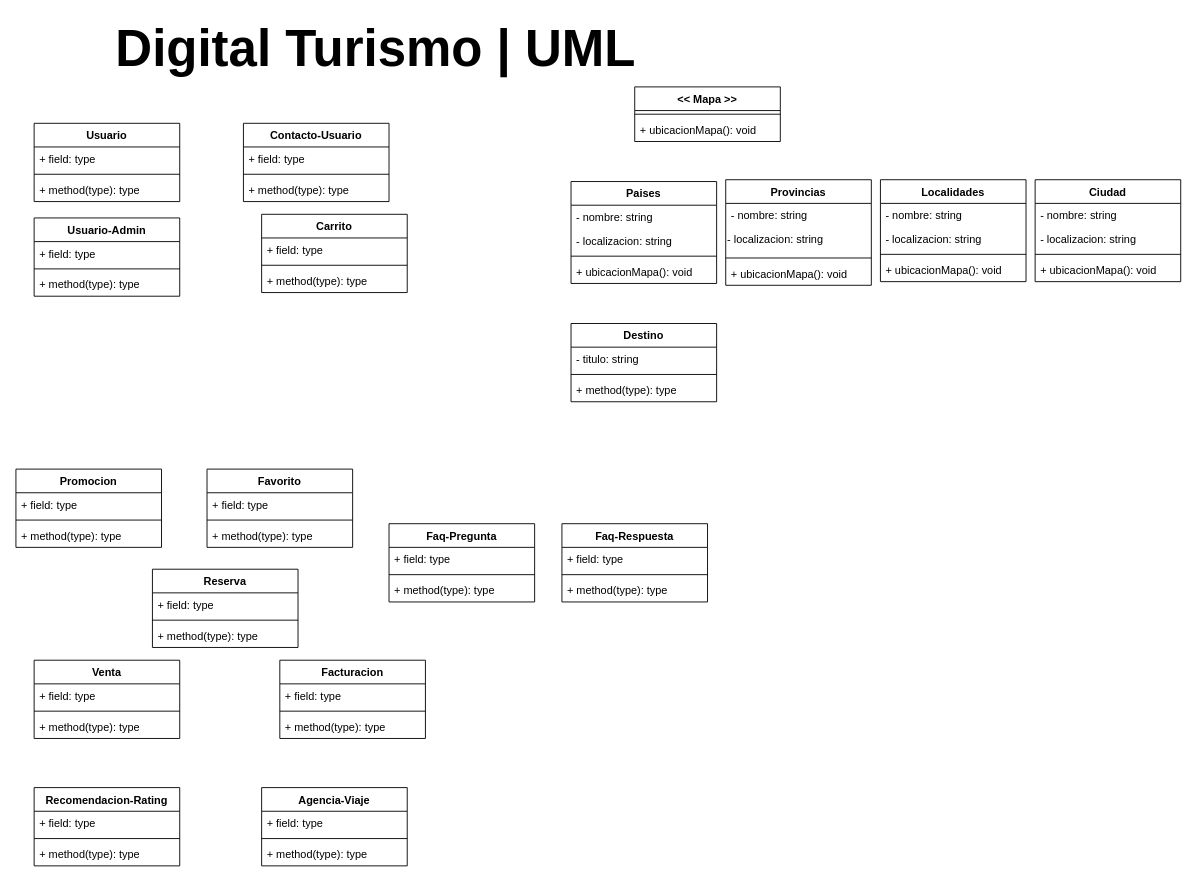
Before: DigitalTurismo-UML-pabloSP.drawio in pablopetito/digitalturismo, a draw.io diagram. Source tidied: cells renumbered, new cells numbered last; positions are measured from the earlier drawing's top-left corner, leaving out a move shared by most shapes. Both pictures are drawn from the tidied source at 91%, with x=0, y=0 at pixel (15, 15).
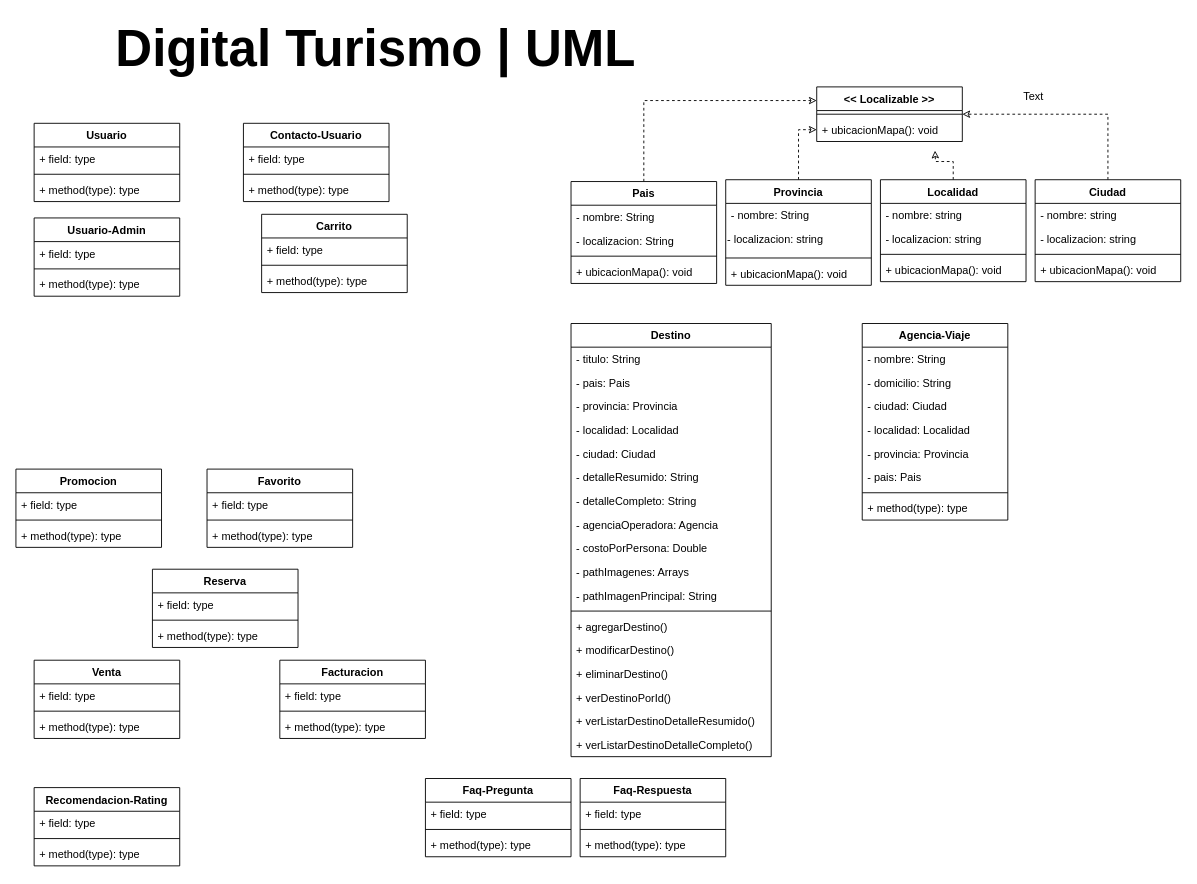
After the change.

The change refers to these unchanged cells:
```xml
<mxCell id="72" value="+ ubicacionMapa(): void" style="text;strokeColor=none;fillColor=none;align=left;verticalAlign=top;spacingLeft=4;spacingRight=4;overflow=hidden;points=[[0,0.5],[1,0.5]];portConstraint=eastwest;" parent="70" vertex="1">
  <mxGeometry y="34" width="160" height="26" as="geometry" />
</mxCell>
<mxCell id="78" value="Ciudad" style="swimlane;fontStyle=1;align=center;verticalAlign=top;horizontal=1;startSize=26;" parent="1" vertex="1">
  <mxGeometry x="1120" y="180" width="160" height="112" as="geometry" />
</mxCell>
```

Change to the diagram source:
```diff
@@
     <mxCell id="6" value="Destino" style="swimlane;fontStyle=1;align=center;verticalAlign=top;horizontal=1;startSize=26;" parent="1" vertex="1">
-      <mxGeometry x="610" y="338" width="160" height="86" as="geometry" />
+      <mxGeometry x="610" y="338" width="220" height="476" as="geometry" />
     </mxCell>
-    <mxCell id="7" value="- titulo: string" style="text;strokeColor=none;fillColor=none;align=left;verticalAlign=top;spacingLeft=4;spacingRight=4;overflow=hidden;" parent="6" vertex="1">
-      <mxGeometry y="26" width="160" height="26" as="geometry" />
+    <mxCell id="7" value="- titulo: String" style="text;strokeColor=none;fillColor=none;align=left;verticalAlign=top;spacingLeft=4;spacingRight=4;overflow=hidden;" parent="6" vertex="1">
+      <mxGeometry y="26" width="220" height="26" as="geometry" />
     </mxCell>
+    <mxCell id="83" value="- pais: Pais" style="text;strokeColor=none;fillColor=none;align=left;verticalAlign=top;spacingLeft=4;spacingRight=4;overflow=hidden;" parent="6" vertex="1">
+      <mxGeometry y="52" width="220" height="26" as="geometry" />
+    </mxCell>
+    <mxCell id="84" value="- provincia: Provincia" style="text;strokeColor=none;fillColor=none;align=left;verticalAlign=top;spacingLeft=4;spacingRight=4;overflow=hidden;" parent="6" vertex="1">
+      <mxGeometry y="78" width="220" height="26" as="geometry" />
+    </mxCell>
+    <mxCell id="85" value="- localidad: Localidad" style="text;strokeColor=none;fillColor=none;align=left;verticalAlign=top;spacingLeft=4;spacingRight=4;overflow=hidden;" parent="6" vertex="1">
+      <mxGeometry y="104" width="220" height="26" as="geometry" />
+    </mxCell>
+    <mxCell id="86" value="- ciudad: Ciudad" style="text;strokeColor=none;fillColor=none;align=left;verticalAlign=top;spacingLeft=4;spacingRight=4;overflow=hidden;" parent="6" vertex="1">
+      <mxGeometry y="130" width="220" height="26" as="geometry" />
+    </mxCell>
+    <mxCell id="87" value="- detalleResumido: String" style="text;strokeColor=none;fillColor=none;align=left;verticalAlign=top;spacingLeft=4;spacingRight=4;overflow=hidden;" parent="6" vertex="1">
+      <mxGeometry y="156" width="220" height="26" as="geometry" />
+    </mxCell>
+    <mxCell id="88" value="- detalleCompleto: String" style="text;strokeColor=none;fillColor=none;align=left;verticalAlign=top;spacingLeft=4;spacingRight=4;overflow=hidden;" parent="6" vertex="1">
+      <mxGeometry y="182" width="220" height="26" as="geometry" />
+    </mxCell>
+    <mxCell id="89" value="- agenciaOperadora: Agencia" style="text;strokeColor=none;fillColor=none;align=left;verticalAlign=top;spacingLeft=4;spacingRight=4;overflow=hidden;" parent="6" vertex="1">
+      <mxGeometry y="208" width="220" height="26" as="geometry" />
+    </mxCell>
+    <mxCell id="90" value="- costoPorPersona: Double" style="text;strokeColor=none;fillColor=none;align=left;verticalAlign=top;spacingLeft=4;spacingRight=4;overflow=hidden;" parent="6" vertex="1">
+      <mxGeometry y="234" width="220" height="26" as="geometry" />
+    </mxCell>
+    <mxCell id="91" value="- pathImagenes: Arrays" style="text;strokeColor=none;fillColor=none;align=left;verticalAlign=top;spacingLeft=4;spacingRight=4;overflow=hidden;" parent="6" vertex="1">
+      <mxGeometry y="260" width="220" height="26" as="geometry" />
+    </mxCell>
+    <mxCell id="92" value="- pathImagenPrincipal: String" style="text;strokeColor=none;fillColor=none;align=left;verticalAlign=top;spacingLeft=4;spacingRight=4;overflow=hidden;" parent="6" vertex="1">
+      <mxGeometry y="286" width="220" height="26" as="geometry" />
+    </mxCell>
     <mxCell id="8" style="line;strokeWidth=1;fillColor=none;align=left;verticalAlign=middle;spacingTop=-1;spacingLeft=3;spacingRight=3;labelPosition=right;" parent="6" vertex="1">
-      <mxGeometry y="52" width="160" height="8" as="geometry" />
+      <mxGeometry y="312" width="220" height="8" as="geometry" />
     </mxCell>
-    <mxCell id="9" value="+ method(type): type" style="text;strokeColor=none;fillColor=none;align=left;verticalAlign=top;spacingLeft=4;spacingRight=4;overflow=hidden;" parent="6" vertex="1">
-      <mxGeometry y="60" width="160" height="26" as="geometry" />
+    <mxCell id="9" value="+ agregarDestino() " style="text;strokeColor=none;fillColor=none;align=left;verticalAlign=top;spacingLeft=4;spacingRight=4;overflow=hidden;" parent="6" vertex="1">
+      <mxGeometry y="320" width="220" height="26" as="geometry" />
     </mxCell>
+    <mxCell id="93" value="+ modificarDestino() " style="text;strokeColor=none;fillColor=none;align=left;verticalAlign=top;spacingLeft=4;spacingRight=4;overflow=hidden;" parent="6" vertex="1">
+      <mxGeometry y="346" width="220" height="26" as="geometry" />
+    </mxCell>
+    <mxCell id="94" value="+ eliminarDestino() " style="text;strokeColor=none;fillColor=none;align=left;verticalAlign=top;spacingLeft=4;spacingRight=4;overflow=hidden;" parent="6" vertex="1">
+      <mxGeometry y="372" width="220" height="26" as="geometry" />
+    </mxCell>
+    <mxCell id="95" value="+ verDestinoPorId() " style="text;strokeColor=none;fillColor=none;align=left;verticalAlign=top;spacingLeft=4;spacingRight=4;overflow=hidden;" parent="6" vertex="1">
+      <mxGeometry y="398" width="220" height="26" as="geometry" />
+    </mxCell>
+    <mxCell id="96" value="+ verListarDestinoDetalleResumido() " style="text;strokeColor=none;fillColor=none;align=left;verticalAlign=top;spacingLeft=4;spacingRight=4;overflow=hidden;" parent="6" vertex="1">
+      <mxGeometry y="424" width="220" height="26" as="geometry" />
+    </mxCell>
+    <mxCell id="97" value="+ verListarDestinoDetalleCompleto() " style="text;strokeColor=none;fillColor=none;align=left;verticalAlign=top;spacingLeft=4;spacingRight=4;overflow=hidden;" parent="6" vertex="1">
+      <mxGeometry y="450" width="220" height="26" as="geometry" />
+    </mxCell>
+    <mxCell id="98" style="edgeStyle=orthogonalEdgeStyle;rounded=0;jettySize=auto;html=1;dashed=1;endArrow=classic;endFill=0;" parent="1" edge="1" source="10">
+      <mxGeometry relative="1" as="geometry">
+        <mxPoint x="1010" y="148" as="targetPoint" />
+      </mxGeometry>
+    </mxCell>
-    <mxCell id="10" value="Localidades" style="swimlane;fontStyle=1;align=center;verticalAlign=top;horizontal=1;startSize=26;" parent="1" vertex="1">
+    <mxCell id="10" value="Localidad" style="swimlane;fontStyle=1;align=center;verticalAlign=top;horizontal=1;startSize=26;" parent="1" vertex="1">
       <mxGeometry x="950" y="180" width="160" height="112" as="geometry" />
     </mxCell>
@@
+    <mxCell id="99" style="edgeStyle=orthogonalEdgeStyle;rounded=0;jettySize=auto;html=1;entryX=0;entryY=0.5;entryDx=0;entryDy=0;dashed=1;endArrow=classic;endFill=0;" parent="1" edge="1" source="15" target="72">
+      <mxGeometry relative="1" as="geometry" />
+    </mxCell>
-    <mxCell id="15" value="Provincias" style="swimlane;fontStyle=1;align=center;verticalAlign=top;horizontal=1;startSize=26;" parent="1" vertex="1">
+    <mxCell id="15" value="Provincia" style="swimlane;fontStyle=1;align=center;verticalAlign=top;horizontal=1;startSize=26;" parent="1" vertex="1">
       <mxGeometry x="780" y="180" width="160" height="116" as="geometry" />
     </mxCell>
-    <mxCell id="16" value="- nombre: string" style="text;strokeColor=none;fillColor=none;align=left;verticalAlign=top;spacingLeft=4;spacingRight=4;overflow=hidden;" parent="15" vertex="1">
+    <mxCell id="16" value="- nombre: String" style="text;strokeColor=none;fillColor=none;align=left;verticalAlign=top;spacingLeft=4;spacingRight=4;overflow=hidden;" parent="15" vertex="1">
       <mxGeometry y="26" width="160" height="26" as="geometry" />
     </mxCell>
@@
     <mxCell id="32" value="Faq-Pregunta" style="swimlane;fontStyle=1;align=center;verticalAlign=top;horizontal=1;startSize=26;" parent="1" vertex="1">
-      <mxGeometry x="410" y="558" width="160" height="86" as="geometry" />
+      <mxGeometry x="450" y="838" width="160" height="86" as="geometry" />
     </mxCell>
@@
     <mxCell id="36" value="Faq-Respuesta" style="swimlane;fontStyle=1;align=center;verticalAlign=top;horizontal=1;startSize=26;" parent="1" vertex="1">
-      <mxGeometry x="600" y="558" width="160" height="86" as="geometry" />
+      <mxGeometry x="620" y="838" width="160" height="86" as="geometry" />
     </mxCell>
@@
     <mxCell id="66" value="Agencia-Viaje" style="swimlane;fontStyle=1;align=center;verticalAlign=top;horizontal=1;startSize=26;fontSize=12;" parent="1" vertex="1">
-      <mxGeometry x="270" y="848" width="160" height="86" as="geometry" />
+      <mxGeometry x="930" y="338" width="160" height="216" as="geometry" />
     </mxCell>
-    <mxCell id="67" value="+ field: type" style="text;strokeColor=none;fillColor=none;align=left;verticalAlign=top;spacingLeft=4;spacingRight=4;overflow=hidden;" parent="66" vertex="1">
+    <mxCell id="67" value="- nombre: String" style="text;strokeColor=none;fillColor=none;align=left;verticalAlign=top;spacingLeft=4;spacingRight=4;overflow=hidden;" parent="66" vertex="1">
       <mxGeometry y="26" width="160" height="26" as="geometry" />
     </mxCell>
+    <mxCell id="100" value="- domicilio: String" style="text;strokeColor=none;fillColor=none;align=left;verticalAlign=top;spacingLeft=4;spacingRight=4;overflow=hidden;" parent="66" vertex="1">
+      <mxGeometry y="52" width="160" height="26" as="geometry" />
+    </mxCell>
+    <mxCell id="101" value="- ciudad: Ciudad" style="text;strokeColor=none;fillColor=none;align=left;verticalAlign=top;spacingLeft=4;spacingRight=4;overflow=hidden;" parent="66" vertex="1">
+      <mxGeometry y="78" width="160" height="26" as="geometry" />
+    </mxCell>
+    <mxCell id="102" value="- localidad: Localidad" style="text;strokeColor=none;fillColor=none;align=left;verticalAlign=top;spacingLeft=4;spacingRight=4;overflow=hidden;" parent="66" vertex="1">
+      <mxGeometry y="104" width="160" height="26" as="geometry" />
+    </mxCell>
+    <mxCell id="103" value="- provincia: Provincia" style="text;strokeColor=none;fillColor=none;align=left;verticalAlign=top;spacingLeft=4;spacingRight=4;overflow=hidden;" parent="66" vertex="1">
+      <mxGeometry y="130" width="160" height="26" as="geometry" />
+    </mxCell>
+    <mxCell id="104" value="- pais: Pais" style="text;strokeColor=none;fillColor=none;align=left;verticalAlign=top;spacingLeft=4;spacingRight=4;overflow=hidden;" parent="66" vertex="1">
+      <mxGeometry y="156" width="160" height="26" as="geometry" />
+    </mxCell>
     <mxCell id="68" style="line;strokeWidth=1;fillColor=none;align=left;verticalAlign=middle;spacingTop=-1;spacingLeft=3;spacingRight=3;labelPosition=right;" parent="66" vertex="1">
-      <mxGeometry y="52" width="160" height="8" as="geometry" />
+      <mxGeometry y="182" width="160" height="8" as="geometry" />
     </mxCell>
     <mxCell id="69" value="+ method(type): type" style="text;strokeColor=none;fillColor=none;align=left;verticalAlign=top;spacingLeft=4;spacingRight=4;overflow=hidden;" parent="66" vertex="1">
-      <mxGeometry y="60" width="160" height="26" as="geometry" />
+      <mxGeometry y="190" width="160" height="26" as="geometry" />
     </mxCell>
-    <mxCell id="70" value="&lt;&lt; Mapa &gt;&gt;" style="swimlane;fontStyle=1;align=center;verticalAlign=top;horizontal=1;startSize=26;" parent="1" vertex="1">
-      <mxGeometry x="680" y="78" width="160" height="60" as="geometry" />
+    <mxCell id="70" value="&lt;&lt; Localizable &gt;&gt;" style="swimlane;fontStyle=1;align=center;verticalAlign=top;horizontal=1;startSize=26;" parent="1" vertex="1">
+      <mxGeometry x="880" y="78" width="160" height="60" as="geometry" />
     </mxCell>
@@
+    <mxCell id="105" style="edgeStyle=orthogonalEdgeStyle;rounded=0;jettySize=auto;html=1;entryX=0;entryY=0.25;entryDx=0;entryDy=0;dashed=1;endArrow=classic;endFill=0;" parent="1" edge="1" source="73" target="70">
+      <mxGeometry relative="1" as="geometry">
+        <Array as="points">
+          <mxPoint x="690" y="93" />
+        </Array>
+      </mxGeometry>
+    </mxCell>
-    <mxCell id="73" value="Paises" style="swimlane;fontStyle=1;align=center;verticalAlign=top;horizontal=1;startSize=26;" parent="1" vertex="1">
+    <mxCell id="73" value="Pais" style="swimlane;fontStyle=1;align=center;verticalAlign=top;horizontal=1;startSize=26;" parent="1" vertex="1">
       <mxGeometry x="610" y="182" width="160" height="112" as="geometry" />
     </mxCell>
-    <mxCell id="74" value="- nombre: string" style="text;strokeColor=none;fillColor=none;align=left;verticalAlign=top;spacingLeft=4;spacingRight=4;overflow=hidden;" parent="73" vertex="1">
+    <mxCell id="74" value="- nombre: String" style="text;strokeColor=none;fillColor=none;align=left;verticalAlign=top;spacingLeft=4;spacingRight=4;overflow=hidden;" parent="73" vertex="1">
       <mxGeometry y="26" width="160" height="26" as="geometry" />
     </mxCell>
-    <mxCell id="75" value="- localizacion: string" style="text;strokeColor=none;fillColor=none;align=left;verticalAlign=top;spacingLeft=4;spacingRight=4;overflow=hidden;" parent="73" vertex="1">
+    <mxCell id="75" value="- localizacion: String" style="text;strokeColor=none;fillColor=none;align=left;verticalAlign=top;spacingLeft=4;spacingRight=4;overflow=hidden;" parent="73" vertex="1">
       <mxGeometry y="52" width="160" height="26" as="geometry" />
     </mxCell>
@@
+    <mxCell id="106" style="edgeStyle=orthogonalEdgeStyle;rounded=0;jettySize=auto;html=1;entryX=1;entryY=0.5;entryDx=0;entryDy=0;dashed=1;endArrow=classic;endFill=0;" parent="1" edge="1" source="78" target="70">
+      <mxGeometry relative="1" as="geometry">
+        <Array as="points">
+          <mxPoint x="1200" y="108" />
+        </Array>
+      </mxGeometry>
+    </mxCell>
@@
+    <mxCell id="107" value="Text" style="text;html=1;align=center;verticalAlign=middle;" parent="1" vertex="1">
+      <mxGeometry x="1098" y="79" width="40" height="20" as="geometry" />
+    </mxCell>
```
